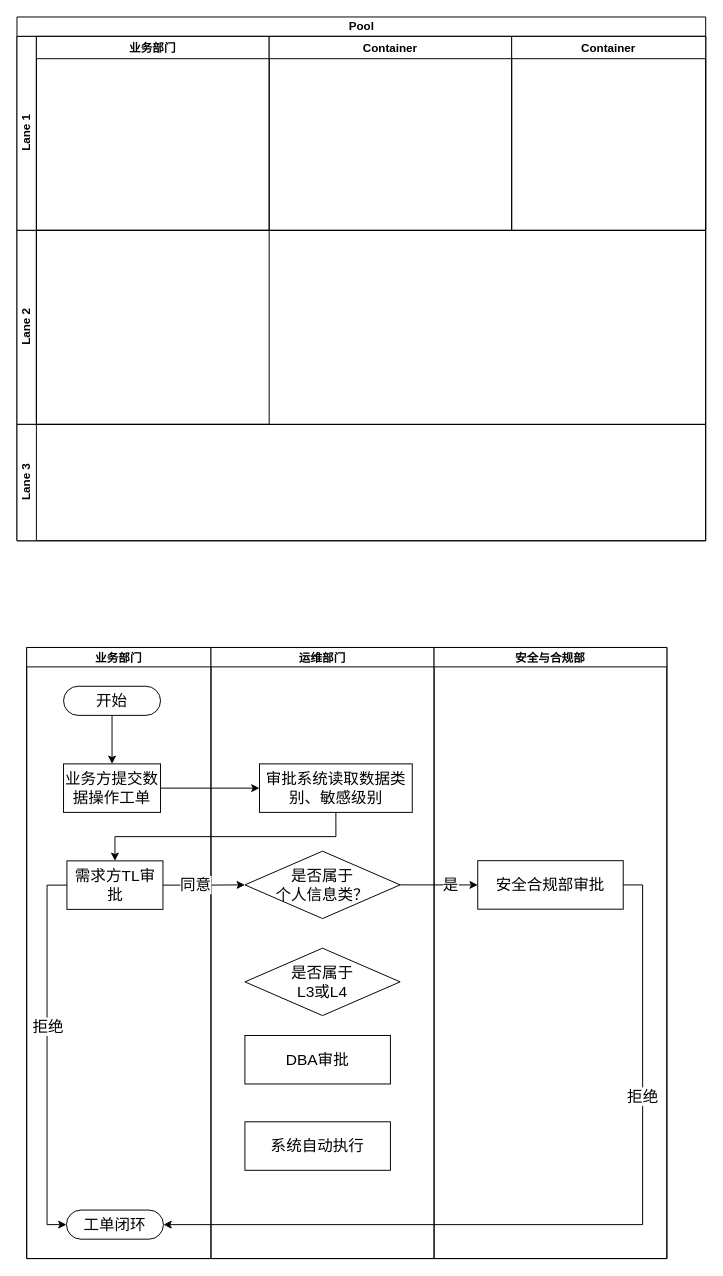
hongweilv-whu/flowCharts keeps this draw.io diagram as 数据分级保护各场景流程图.drawio. Above is the earlier version. Source tidied: cells renumbered, new cells numbered last; positions are measured from the earlier drawing's top-left corner, leaving out a move shared by most shapes. Both pictures are drawn from the tidied source at 97%, with x=0, y=0 at pixel (16, 16).
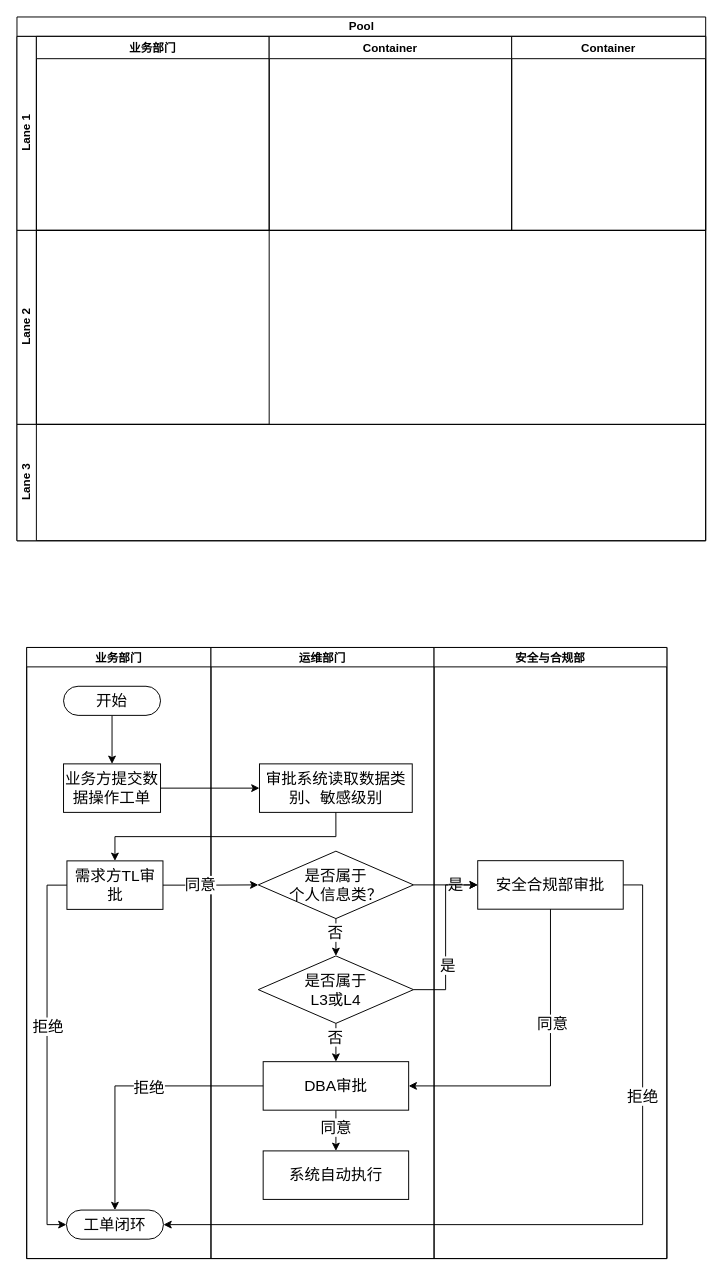
The same diagram, later.

Commit message (it also covers changes not shown here):
更新数据分级保护各场景流程图.drawio

Unchanged cells that the change refers to:
```xml
<mxCell id="10" style="swimlane;startSize=0;horizontal=0;" parent="1" vertex="1">
  <mxGeometry x="10" y="650" width="660" height="630" as="geometry" />
</mxCell>
<mxCell id="18" value="工单闭环" style="rounded=1;whiteSpace=wrap;html=1;fontSize=16;arcSize=50;" parent="11" vertex="1">
  <mxGeometry x="41" y="580" width="100" height="30" as="geometry" />
</mxCell>
<mxCell id="19" value="运维部门" style="swimlane;startSize=20;" parent="10" vertex="1">
  <mxGeometry x="190" width="230" height="630" as="geometry" />
</mxCell>
<mxCell id="26" value="&lt;span style=&quot;font-size: 16px;&quot;&gt;安全合规部审批&lt;/span&gt;" style="rounded=0;whiteSpace=wrap;html=1;" parent="25" vertex="1">
  <mxGeometry x="45" y="219.8" width="150" height="50" as="geometry" />
</mxCell>
```

What changed in the source:
```diff
@@
+    <mxCell id="35" style="edgeStyle=orthogonalEdgeStyle;rounded=0;jettySize=auto;html=1;exitX=0.5;exitY=1;exitDx=0;exitDy=0;entryX=0.5;entryY=0;entryDx=0;entryDy=0;fontSize=16;" parent="19" edge="1" source="21" target="22">
+      <mxGeometry relative="1" as="geometry" />
+    </mxCell>
+    <mxCell id="36" value="否" style="edgeLabel;html=1;align=center;verticalAlign=middle;fontSize=16;" parent="35" vertex="1">
+      <mxGeometry x="-0.26" y="-1" relative="1" as="geometry" />
+    </mxCell>
     <mxCell id="21" value="是否属于&lt;br&gt;个人信息类？" style="rhombus;whiteSpace=wrap;html=1;rounded=0;fontSize=16;" parent="19" vertex="1">
-      <mxGeometry x="35" y="210" width="160" height="69.5" as="geometry" />
+      <mxGeometry x="48.8" y="210" width="160" height="69.5" as="geometry" />
     </mxCell>
+    <mxCell id="37" style="edgeStyle=orthogonalEdgeStyle;rounded=0;jettySize=auto;html=1;exitX=0.5;exitY=1;exitDx=0;exitDy=0;fontSize=16;" parent="19" edge="1" source="22" target="23">
+      <mxGeometry relative="1" as="geometry" />
+    </mxCell>
+    <mxCell id="38" value="否" style="edgeLabel;html=1;align=center;verticalAlign=middle;fontSize=16;" parent="37" vertex="1">
+      <mxGeometry x="-0.29" y="-1" relative="1" as="geometry" />
+    </mxCell>
     <mxCell id="22" value="是否属于&lt;br&gt;L3或L4" style="rhombus;whiteSpace=wrap;html=1;rounded=0;fontSize=16;" parent="19" vertex="1">
-      <mxGeometry x="35" y="310" width="160" height="69.5" as="geometry" />
+      <mxGeometry x="48.8" y="318" width="160" height="69.5" as="geometry" />
     </mxCell>
+    <mxCell id="39" style="edgeStyle=orthogonalEdgeStyle;rounded=0;jettySize=auto;html=1;exitX=0.5;exitY=1;exitDx=0;exitDy=0;entryX=0.5;entryY=0;entryDx=0;entryDy=0;fontSize=16;" parent="19" edge="1" source="23" target="24">
+      <mxGeometry relative="1" as="geometry" />
+    </mxCell>
+    <mxCell id="40" value="同意" style="edgeLabel;html=1;align=center;verticalAlign=middle;fontSize=16;" parent="39" vertex="1">
+      <mxGeometry x="-0.21" relative="1" as="geometry" />
+    </mxCell>
     <mxCell id="23" value="&lt;span style=&quot;font-size: 16px;&quot;&gt;DBA审批&lt;/span&gt;" style="rounded=0;whiteSpace=wrap;html=1;" parent="19" vertex="1">
-      <mxGeometry x="35" y="400" width="150" height="50" as="geometry" />
+      <mxGeometry x="53.8" y="427" width="150" height="50" as="geometry" />
     </mxCell>
     <mxCell id="24" value="&lt;span style=&quot;font-size: 16px;&quot;&gt;系统自动执行&lt;/span&gt;" style="rounded=0;whiteSpace=wrap;html=1;" parent="19" vertex="1">
-      <mxGeometry x="35" y="489" width="150" height="50" as="geometry" />
+      <mxGeometry x="53.8" y="519" width="150" height="50" as="geometry" />
     </mxCell>
@@
+    <mxCell id="41" style="edgeStyle=orthogonalEdgeStyle;rounded=0;jettySize=auto;html=1;exitX=1;exitY=0.5;exitDx=0;exitDy=0;entryX=0;entryY=0.5;entryDx=0;entryDy=0;fontSize=16;" parent="10" edge="1" source="22" target="26">
+      <mxGeometry relative="1" as="geometry" />
+    </mxCell>
+    <mxCell id="42" value="是" style="edgeLabel;html=1;align=center;verticalAlign=middle;fontSize=16;" parent="41" vertex="1">
+      <mxGeometry x="-0.33" y="-2" relative="1" as="geometry" />
+    </mxCell>
+    <mxCell id="43" style="edgeStyle=orthogonalEdgeStyle;rounded=0;jettySize=auto;html=1;exitX=0.5;exitY=1;exitDx=0;exitDy=0;entryX=1;entryY=0.5;entryDx=0;entryDy=0;fontSize=16;" parent="10" edge="1" source="26" target="23">
+      <mxGeometry relative="1" as="geometry" />
+    </mxCell>
+    <mxCell id="44" value="同意" style="edgeLabel;html=1;align=center;verticalAlign=middle;fontSize=16;" parent="43" vertex="1">
+      <mxGeometry x="-0.28" y="1" relative="1" as="geometry" />
+    </mxCell>
+    <mxCell id="45" style="edgeStyle=orthogonalEdgeStyle;rounded=0;jettySize=auto;html=1;exitX=0;exitY=0.5;exitDx=0;exitDy=0;entryX=0.5;entryY=0;entryDx=0;entryDy=0;fontSize=16;" parent="10" edge="1" source="23" target="18">
+      <mxGeometry relative="1" as="geometry" />
+    </mxCell>
+    <mxCell id="46" value="拒绝" style="edgeLabel;html=1;align=center;verticalAlign=middle;fontSize=16;" parent="45" vertex="1">
+      <mxGeometry x="-0.16" y="1" relative="1" as="geometry" />
+    </mxCell>
```
